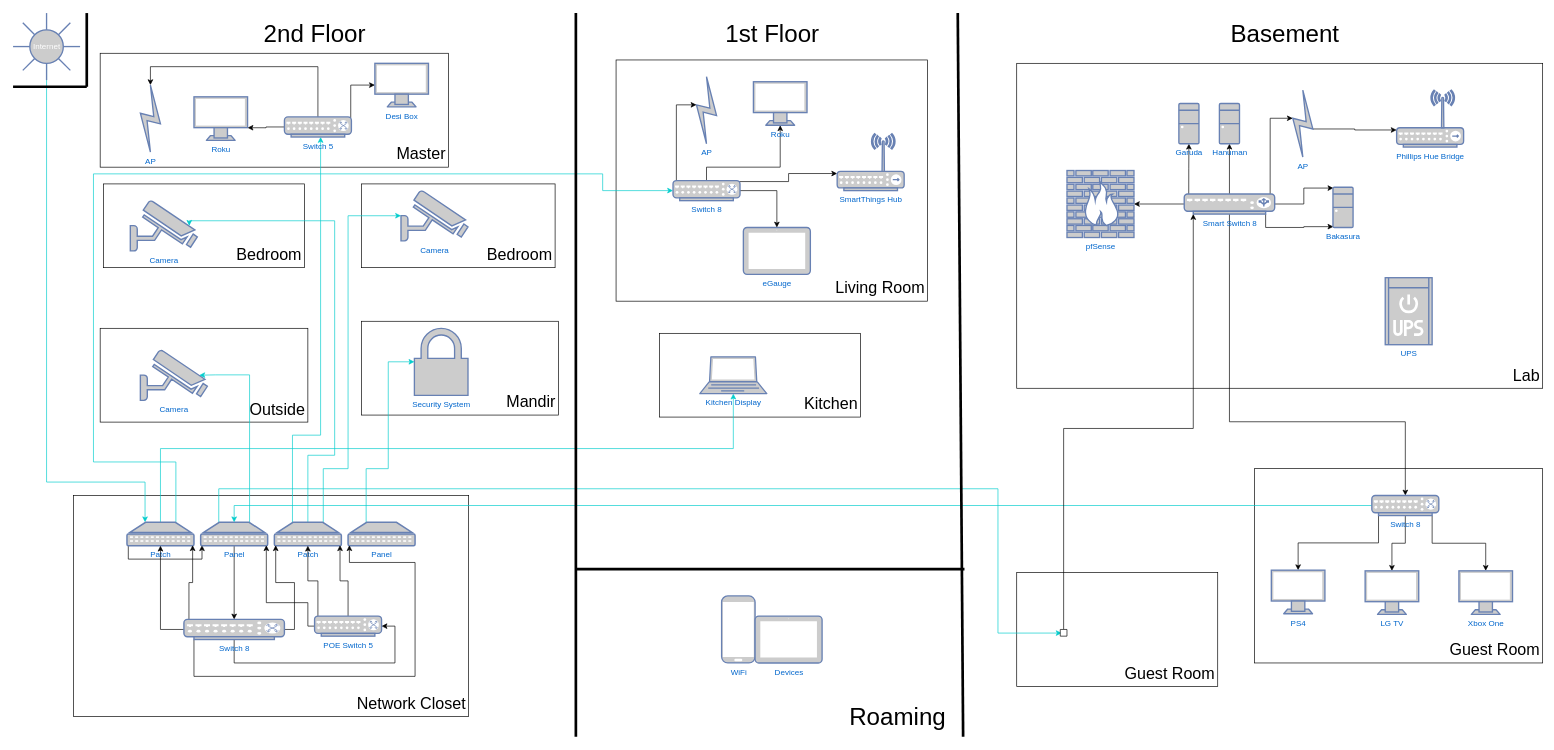
vinaykapadia/miscellaneous keeps this draw.io diagram as VKapadia.com Network.drawio. Above is the earlier version. Source tidied: cells renumbered, new cells numbered last; positions are measured from the earlier drawing's top-left corner, leaving out a move shared by most shapes. Both pictures are drawn from the tidied source at 67%, with x=0, y=0 at pixel (13, 13).
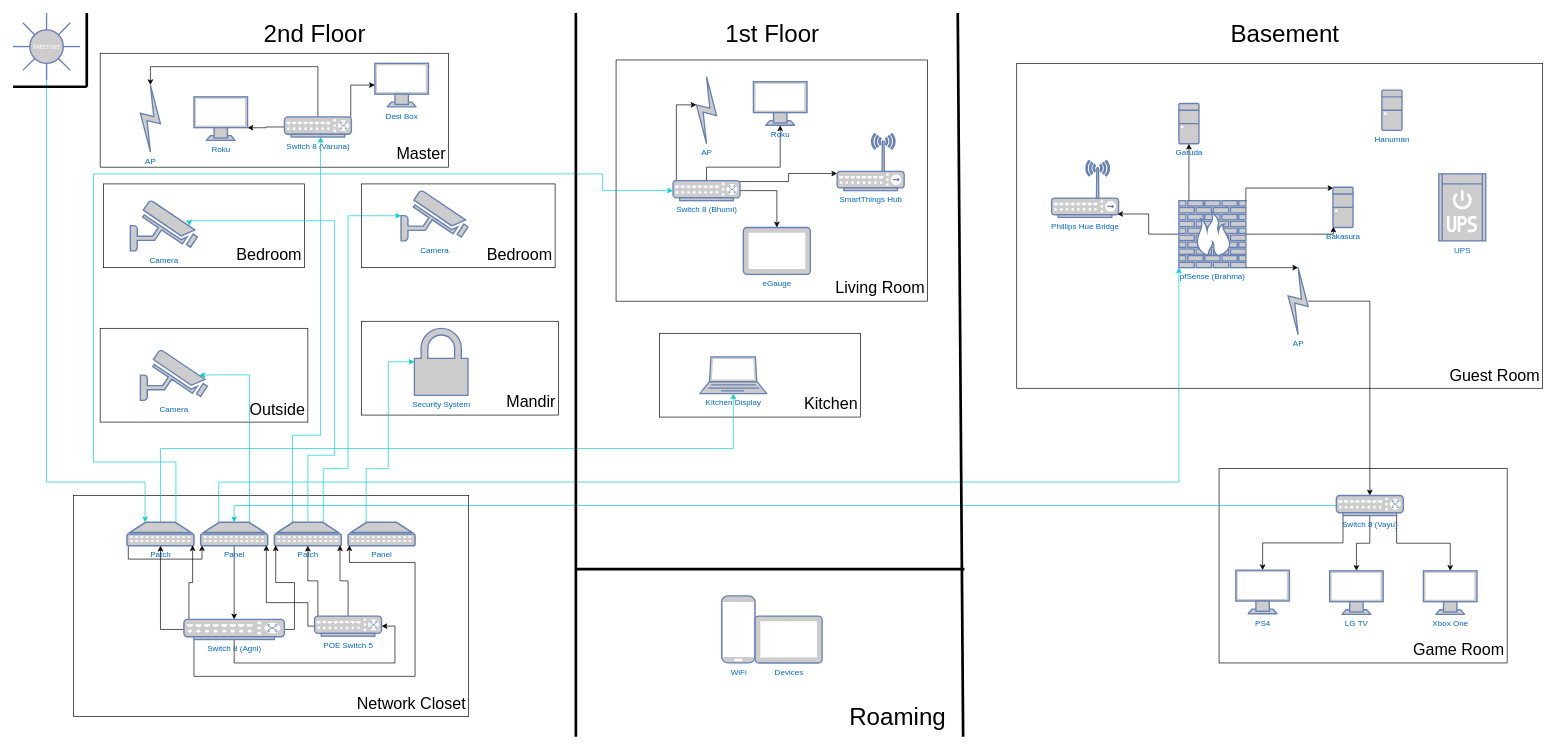
Above is the later version.

Unchanged cells that the change refers to:
```xml
<mxCell id="37" value="Panel" style="fontColor=#0066CC;verticalAlign=top;verticalLabelPosition=bottom;labelPosition=center;align=center;html=1;outlineConnect=0;fillColor=#CCCCCC;strokeColor=#6881B3;gradientColor=none;gradientDirection=north;strokeWidth=2;shape=mxgraph.networks.patch_panel;" parent="1" vertex="1">
  <mxGeometry x="280" y="760" width="100" height="35" as="geometry" />
</mxCell>
<mxCell id="71" value="Garuda" style="fontColor=#0066CC;verticalAlign=top;verticalLabelPosition=bottom;labelPosition=center;align=center;html=1;outlineConnect=0;fillColor=#CCCCCC;strokeColor=#6881B3;gradientColor=none;gradientDirection=north;strokeWidth=2;shape=mxgraph.networks.desktop_pc;" parent="1" vertex="1">
  <mxGeometry x="1740" y="135" width="30" height="60" as="geometry" />
</mxCell>
<mxCell id="72" value="Bakasura" style="fontColor=#0066CC;verticalAlign=top;verticalLabelPosition=bottom;labelPosition=center;align=center;html=1;outlineConnect=0;fillColor=#CCCCCC;strokeColor=#6881B3;gradientColor=none;gradientDirection=north;strokeWidth=2;shape=mxgraph.networks.desktop_pc;" parent="1" vertex="1">
  <mxGeometry x="1970" y="260" width="30" height="60" as="geometry" />
</mxCell>
```

Diff of the diagram source:
```diff
@@
-    <mxCell id="2" value="Guest Room" style="rounded=0;whiteSpace=wrap;html=1;align=right;verticalAlign=bottom;fontSize=24;spacingRight=2;spacingBottom=2;" parent="1" vertex="1">
-      <mxGeometry x="1853" y="680" width="430" height="290" as="geometry" />
+    <mxCell id="2" value="Game Room" style="rounded=0;whiteSpace=wrap;html=1;align=right;verticalAlign=bottom;fontSize=24;spacingRight=2;spacingBottom=2;" parent="1" vertex="1">
+      <mxGeometry x="1800" y="680" width="430" height="290" as="geometry" />
     </mxCell>
-    <mxCell id="3" value="Guest Room" style="rounded=0;whiteSpace=wrap;html=1;align=right;verticalAlign=bottom;fontSize=24;spacingRight=2;spacingBottom=2;" parent="1" vertex="1">
-      <mxGeometry x="1498" y="835" width="300" height="170" as="geometry" />
-    </mxCell>
-    <mxCell id="4" value="Lab" style="rounded=0;whiteSpace=wrap;html=1;align=right;verticalAlign=bottom;labelPosition=center;verticalLabelPosition=middle;fontSize=24;spacingRight=2;spacingBottom=2;" parent="1" vertex="1">
+    <mxCell id="4" value="Guest Room" style="rounded=0;whiteSpace=wrap;html=1;align=right;verticalAlign=bottom;labelPosition=center;verticalLabelPosition=middle;fontSize=24;spacingRight=2;spacingBottom=2;" parent="1" vertex="1">
       <mxGeometry x="1498" y="75" width="785" height="485" as="geometry" />
     </mxCell>
@@
-    <mxCell id="35" style="edgeStyle=orthogonalEdgeStyle;rounded=0;jettySize=auto;html=1;exitX=0.27;exitY=0;exitDx=0;exitDy=0;exitPerimeter=0;entryX=0.208;entryY=0.538;entryDx=0;entryDy=0;entryPerimeter=0;strokeColor=#00CCCC;" parent="1" edge="1" source="37" target="84">
+    <mxCell id="35" style="edgeStyle=orthogonalEdgeStyle;rounded=0;jettySize=auto;html=1;exitX=0.27;exitY=0;exitDx=0;exitDy=0;exitPerimeter=0;entryX=0;entryY=1;entryDx=0;entryDy=0;entryPerimeter=0;strokeColor=#00CCCC;" parent="1" edge="1" source="37" target="62">
       <mxGeometry relative="1" as="geometry">
         <Array as="points">
-          <mxPoint x="307" y="710" />
-          <mxPoint x="1470" y="710" />
-          <mxPoint x="1470" y="925" />
+          <mxPoint x="307" y="700" />
+          <mxPoint x="1740" y="700" />
         </Array>
       </mxGeometry>
     </mxCell>
@@
-    <mxCell id="49" value="Switch 8" style="fontColor=#0066CC;verticalAlign=top;verticalLabelPosition=bottom;labelPosition=center;align=center;html=1;outlineConnect=0;fillColor=#CCCCCC;strokeColor=#6881B3;gradientColor=none;gradientDirection=north;strokeWidth=2;shape=mxgraph.networks.switch;" parent="1" vertex="1">
+    <mxCell id="49" value="Switch 8 (Agni)" style="fontColor=#0066CC;verticalAlign=top;verticalLabelPosition=bottom;labelPosition=center;align=center;html=1;outlineConnect=0;fillColor=#CCCCCC;strokeColor=#6881B3;gradientColor=none;gradientDirection=north;strokeWidth=2;shape=mxgraph.networks.switch;" parent="1" vertex="1">
       <mxGeometry x="255" y="905" width="150" height="30" as="geometry" />
     </mxCell>
@@
-    <mxCell id="58" value="Switch 8&lt;br&gt;" style="fontColor=#0066CC;verticalAlign=top;verticalLabelPosition=bottom;labelPosition=center;align=center;html=1;outlineConnect=0;fillColor=#CCCCCC;strokeColor=#6881B3;gradientColor=none;gradientDirection=north;strokeWidth=2;shape=mxgraph.networks.switch;" parent="1" vertex="1">
+    <mxCell id="58" value="Switch 8 (Bhumi)" style="fontColor=#0066CC;verticalAlign=top;verticalLabelPosition=bottom;labelPosition=center;align=center;html=1;outlineConnect=0;fillColor=#CCCCCC;strokeColor=#6881B3;gradientColor=none;gradientDirection=north;strokeWidth=2;shape=mxgraph.networks.switch;" parent="1" vertex="1">
       <mxGeometry x="985" y="250" width="100" height="30" as="geometry" />
     </mxCell>
@@
     <mxCell id="61" value="UPS" style="fontColor=#0066CC;verticalAlign=top;verticalLabelPosition=bottom;labelPosition=center;align=center;html=1;fillColor=#CCCCCC;strokeColor=#6881B3;gradientColor=none;gradientDirection=north;strokeWidth=2;shape=mxgraph.networks.ups_small;" parent="1" vertex="1">
-      <mxGeometry x="2048" y="395" width="70" height="100" as="geometry" />
+      <mxGeometry x="2128" y="240" width="70" height="100" as="geometry" />
     </mxCell>
+    <mxCell id="105" style="edgeStyle=orthogonalEdgeStyle;rounded=0;jettySize=auto;html=1;exitX=0;exitY=0.5;exitDx=0;exitDy=0;exitPerimeter=0;entryX=0.98;entryY=0.94;entryDx=0;entryDy=0;entryPerimeter=0;" parent="1" edge="1" source="62" target="74">
+      <mxGeometry relative="1" as="geometry" />
+    </mxCell>
-    <mxCell id="62" value="pfSense" style="fontColor=#0066CC;verticalAlign=top;verticalLabelPosition=bottom;labelPosition=center;align=center;html=1;outlineConnect=0;fillColor=#CCCCCC;strokeColor=#6881B3;gradientColor=none;gradientDirection=north;strokeWidth=2;shape=mxgraph.networks.firewall;" parent="1" vertex="1">
-      <mxGeometry x="1573" y="235" width="100" height="100" as="geometry" />
+    <mxCell id="62" value="pfSense (Brahma)" style="fontColor=#0066CC;verticalAlign=top;verticalLabelPosition=bottom;labelPosition=center;align=center;html=1;outlineConnect=0;fillColor=#CCCCCC;strokeColor=#6881B3;gradientColor=none;gradientDirection=north;strokeWidth=2;shape=mxgraph.networks.firewall;" parent="1" vertex="1">
+      <mxGeometry x="1740" y="280" width="100" height="100" as="geometry" />
     </mxCell>
-    <mxCell id="63" style="edgeStyle=orthogonalEdgeStyle;rounded=0;jettySize=auto;html=1;exitX=0;exitY=0.5;exitDx=0;exitDy=0;exitPerimeter=0;entryX=1;entryY=0.5;entryDx=0;entryDy=0;entryPerimeter=0;strokeColor=#000000;" parent="1" edge="1" source="70" target="62">
-      <mxGeometry relative="1" as="geometry" />
-    </mxCell>
-    <mxCell id="64" style="edgeStyle=orthogonalEdgeStyle;rounded=0;jettySize=auto;html=1;exitX=0.05;exitY=0.05;exitDx=0;exitDy=0;exitPerimeter=0;entryX=0.5;entryY=1;entryDx=0;entryDy=0;entryPerimeter=0;strokeColor=#000000;" parent="1" edge="1" source="70" target="71">
-      <mxGeometry relative="1" as="geometry" />
+    <mxCell id="64" style="edgeStyle=orthogonalEdgeStyle;rounded=0;jettySize=auto;html=1;entryX=0.5;entryY=1;entryDx=0;entryDy=0;entryPerimeter=0;strokeColor=#000000;" parent="1" edge="1" source="62" target="71">
+      <mxGeometry relative="1" as="geometry">
+        <Array as="points">
+          <mxPoint x="1755" y="260" />
+          <mxPoint x="1755" y="260" />
+        </Array>
+      </mxGeometry>
     </mxCell>
-    <mxCell id="65" style="edgeStyle=orthogonalEdgeStyle;rounded=0;jettySize=auto;html=1;exitX=0.5;exitY=0;exitDx=0;exitDy=0;exitPerimeter=0;entryX=0.5;entryY=1;entryDx=0;entryDy=0;entryPerimeter=0;strokeColor=#000000;" parent="1" edge="1" source="70" target="73">
-      <mxGeometry relative="1" as="geometry" />
-    </mxCell>
-    <mxCell id="66" style="edgeStyle=orthogonalEdgeStyle;rounded=0;jettySize=auto;html=1;exitX=0.95;exitY=0.05;exitDx=0;exitDy=0;exitPerimeter=0;entryX=0;entryY=0.42;entryDx=0;entryDy=0;entryPerimeter=0;strokeColor=#000000;" parent="1" edge="1" source="70" target="95">
+    <mxCell id="66" style="edgeStyle=orthogonalEdgeStyle;rounded=0;jettySize=auto;html=1;exitX=1;exitY=1;exitDx=0;exitDy=0;exitPerimeter=0;strokeColor=#000000;entryX=0.5;entryY=0;entryDx=0;entryDy=0;entryPerimeter=0;" parent="1" edge="1" source="62" target="95">
       <mxGeometry relative="1" as="geometry">
         <Array as="points">
-          <mxPoint x="1876" y="157" />
+          <mxPoint x="1900" y="380" />
+          <mxPoint x="1900" y="380" />
         </Array>
       </mxGeometry>
     </mxCell>
-    <mxCell id="67" style="edgeStyle=orthogonalEdgeStyle;rounded=0;jettySize=auto;html=1;exitX=1;exitY=0.5;exitDx=0;exitDy=0;exitPerimeter=0;entryX=0.02;entryY=0.02;entryDx=0;entryDy=0;entryPerimeter=0;strokeColor=#000000;" parent="1" edge="1" source="70" target="72">
-      <mxGeometry relative="1" as="geometry" />
+    <mxCell id="67" style="edgeStyle=orthogonalEdgeStyle;rounded=0;jettySize=auto;html=1;exitX=1;exitY=0;exitDx=0;exitDy=0;exitPerimeter=0;entryX=0.02;entryY=0.02;entryDx=0;entryDy=0;entryPerimeter=0;strokeColor=#000000;" parent="1" edge="1" source="62" target="72">
+      <mxGeometry relative="1" as="geometry">
+        <Array as="points">
+          <mxPoint x="1840" y="261" />
+        </Array>
+      </mxGeometry>
     </mxCell>
-    <mxCell id="68" style="edgeStyle=orthogonalEdgeStyle;rounded=0;jettySize=auto;html=1;exitX=0.9;exitY=1;exitDx=0;exitDy=0;exitPerimeter=0;entryX=0.02;entryY=0.98;entryDx=0;entryDy=0;entryPerimeter=0;strokeColor=#000000;" parent="1" edge="1" source="70" target="72">
-      <mxGeometry relative="1" as="geometry" />
+    <mxCell id="68" style="edgeStyle=orthogonalEdgeStyle;rounded=0;jettySize=auto;html=1;exitX=1;exitY=0.5;exitDx=0;exitDy=0;exitPerimeter=0;entryX=0.02;entryY=0.98;entryDx=0;entryDy=0;entryPerimeter=0;strokeColor=#000000;" parent="1" edge="1" source="62" target="72">
+      <mxGeometry relative="1" as="geometry">
+        <Array as="points">
+          <mxPoint x="1971" y="330" />
+        </Array>
+      </mxGeometry>
     </mxCell>
-    <mxCell id="69" style="edgeStyle=orthogonalEdgeStyle;rounded=0;jettySize=auto;html=1;exitX=0.5;exitY=1;exitDx=0;exitDy=0;exitPerimeter=0;entryX=0.5;entryY=0;entryDx=0;entryDy=0;entryPerimeter=0;strokeColor=#000000;" parent="1" edge="1" source="70" target="79">
+    <mxCell id="69" style="edgeStyle=orthogonalEdgeStyle;rounded=0;jettySize=auto;html=1;entryX=0.5;entryY=0;entryDx=0;entryDy=0;entryPerimeter=0;strokeColor=#000000;" parent="1" edge="1" source="95" target="79">
       <mxGeometry relative="1" as="geometry">
         <Array as="points">
-          <mxPoint x="1816" y="610" />
-          <mxPoint x="2078" y="610" />
+          <mxPoint x="2025" y="430" />
         </Array>
       </mxGeometry>
     </mxCell>
-    <mxCell id="70" value="Smart Switch 8" style="fontColor=#0066CC;verticalAlign=top;verticalLabelPosition=bottom;labelPosition=center;align=center;html=1;outlineConnect=0;fillColor=#CCCCCC;strokeColor=#6881B3;gradientColor=none;gradientDirection=north;strokeWidth=2;shape=mxgraph.networks.load_balancer;" parent="1" vertex="1">
-      <mxGeometry x="1748" y="270" width="135" height="30" as="geometry" />
-    </mxCell>
@@
     <mxCell id="73" value="Hanuman" style="fontColor=#0066CC;verticalAlign=top;verticalLabelPosition=bottom;labelPosition=center;align=center;html=1;outlineConnect=0;fillColor=#CCCCCC;strokeColor=#6881B3;gradientColor=none;gradientDirection=north;strokeWidth=2;shape=mxgraph.networks.desktop_pc;" parent="1" vertex="1">
-      <mxGeometry x="1800.5" y="135" width="30" height="60" as="geometry" />
+      <mxGeometry x="2043" y="115" width="30" height="60" as="geometry" />
     </mxCell>
     <mxCell id="74" value="Phillips Hue Bridge" style="fontColor=#0066CC;verticalAlign=top;verticalLabelPosition=bottom;labelPosition=center;align=center;html=1;outlineConnect=0;fillColor=#CCCCCC;strokeColor=#6881B3;gradientColor=none;gradientDirection=north;strokeWidth=2;shape=mxgraph.networks.wireless_hub;" parent="1" vertex="1">
-      <mxGeometry x="2065" y="115" width="100" height="85" as="geometry" />
+      <mxGeometry x="1550" y="220" width="100" height="85" as="geometry" />
     </mxCell>
@@
-    <mxCell id="79" value="Switch 8" style="fontColor=#0066CC;verticalAlign=top;verticalLabelPosition=bottom;labelPosition=center;align=center;html=1;outlineConnect=0;fillColor=#CCCCCC;strokeColor=#6881B3;gradientColor=none;gradientDirection=north;strokeWidth=2;shape=mxgraph.networks.switch;" parent="1" vertex="1">
-      <mxGeometry x="2028" y="720" width="100" height="30" as="geometry" />
+    <mxCell id="79" value="Switch 8 (Vayu)" style="fontColor=#0066CC;verticalAlign=top;verticalLabelPosition=bottom;labelPosition=center;align=center;html=1;outlineConnect=0;fillColor=#CCCCCC;strokeColor=#6881B3;gradientColor=none;gradientDirection=north;strokeWidth=2;shape=mxgraph.networks.switch;" parent="1" vertex="1">
+      <mxGeometry x="1975" y="720" width="100" height="30" as="geometry" />
     </mxCell>
     <mxCell id="80" value="LG TV" style="fontColor=#0066CC;verticalAlign=top;verticalLabelPosition=bottom;labelPosition=center;align=center;html=1;outlineConnect=0;fillColor=#CCCCCC;strokeColor=#6881B3;gradientColor=none;gradientDirection=north;strokeWidth=2;shape=mxgraph.networks.monitor;" parent="1" vertex="1">
-      <mxGeometry x="2018" y="832.5" width="80" height="65" as="geometry" />
+      <mxGeometry x="1965" y="832.5" width="80" height="65" as="geometry" />
     </mxCell>
     <mxCell id="81" value="Xbox One" style="fontColor=#0066CC;verticalAlign=top;verticalLabelPosition=bottom;labelPosition=center;align=center;html=1;outlineConnect=0;fillColor=#CCCCCC;strokeColor=#6881B3;gradientColor=none;gradientDirection=north;strokeWidth=2;shape=mxgraph.networks.monitor;" parent="1" vertex="1">
-      <mxGeometry x="2158" y="832.5" width="80" height="65" as="geometry" />
+      <mxGeometry x="2105" y="832.5" width="80" height="65" as="geometry" />
     </mxCell>
     <mxCell id="82" value="PS4" style="fontColor=#0066CC;verticalAlign=top;verticalLabelPosition=bottom;labelPosition=center;align=center;html=1;outlineConnect=0;fillColor=#CCCCCC;strokeColor=#6881B3;gradientColor=none;gradientDirection=north;strokeWidth=2;shape=mxgraph.networks.monitor;" parent="1" vertex="1">
-      <mxGeometry x="1878" y="831.5" width="80" height="65" as="geometry" />
+      <mxGeometry x="1825" y="831.5" width="80" height="65" as="geometry" />
     </mxCell>
-    <mxCell id="83" style="edgeStyle=orthogonalEdgeStyle;rounded=0;jettySize=auto;html=1;entryX=0.1;entryY=1;entryDx=0;entryDy=0;entryPerimeter=0;strokeColor=#000000;" parent="1" edge="1" source="84" target="70">
-      <mxGeometry relative="1" as="geometry">
-        <Array as="points">
-          <mxPoint x="1568" y="620" />
-          <mxPoint x="1762" y="620" />
-        </Array>
-      </mxGeometry>
-    </mxCell>
-    <mxCell id="84" style="verticalLabelPosition=bottom;verticalAlign=top;html=1;shape=mxgraph.basic.rect;fillColor2=none;strokeWidth=1;size=20;indent=5;" parent="1" vertex="1">
-      <mxGeometry x="1563" y="920" width="10" height="10" as="geometry" />
-    </mxCell>
@@
-    <mxCell id="94" style="edgeStyle=orthogonalEdgeStyle;rounded=0;jettySize=auto;html=1;exitX=1;exitY=0.58;exitDx=0;exitDy=0;exitPerimeter=0;entryX=0;entryY=0.7;entryDx=0;entryDy=0;entryPerimeter=0;strokeColor=#000000;" parent="1" edge="1" source="95" target="74">
-      <mxGeometry relative="1" as="geometry" />
-    </mxCell>
     <mxCell id="95" value="AP" style="fontColor=#0066CC;verticalAlign=top;verticalLabelPosition=bottom;labelPosition=center;align=center;html=1;outlineConnect=0;fillColor=#CCCCCC;strokeColor=#6881B3;gradientColor=none;gradientDirection=north;strokeWidth=2;shape=mxgraph.networks.comm_link;" parent="1" vertex="1">
-      <mxGeometry x="1910" y="115" width="30" height="100" as="geometry" />
+      <mxGeometry x="1903" y="380" width="30" height="100" as="geometry" />
     </mxCell>
@@
-    <mxCell id="103" value="Switch 5&lt;br&gt;" style="fontColor=#0066CC;verticalAlign=top;verticalLabelPosition=bottom;labelPosition=center;align=center;html=1;outlineConnect=0;fillColor=#CCCCCC;strokeColor=#6881B3;gradientColor=none;gradientDirection=north;strokeWidth=2;shape=mxgraph.networks.switch;" parent="1" vertex="1">
+    <mxCell id="103" value="Switch 8 (Varuna)" style="fontColor=#0066CC;verticalAlign=top;verticalLabelPosition=bottom;labelPosition=center;align=center;html=1;outlineConnect=0;fillColor=#CCCCCC;strokeColor=#6881B3;gradientColor=none;gradientDirection=north;strokeWidth=2;shape=mxgraph.networks.switch;" parent="1" vertex="1">
       <mxGeometry x="405" y="155" width="100" height="30" as="geometry" />
     </mxCell>
```
